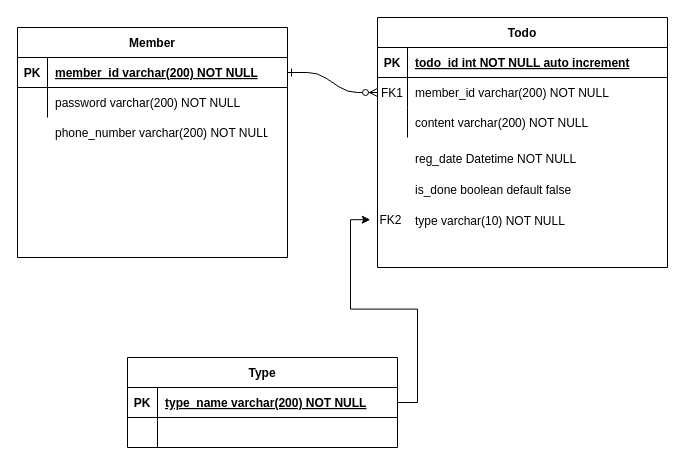
yoon1fe/Spring-Boot-TodoList keeps this draw.io diagram as table_schema.drawio. Above is the earlier version. Source tidied: cells renumbered, new cells numbered last; positions are measured from the earlier drawing's top-left corner, leaving out a move shared by most shapes. Both pictures are drawn from the tidied source at 100%, with x=0, y=0 at pixel (17, 17).
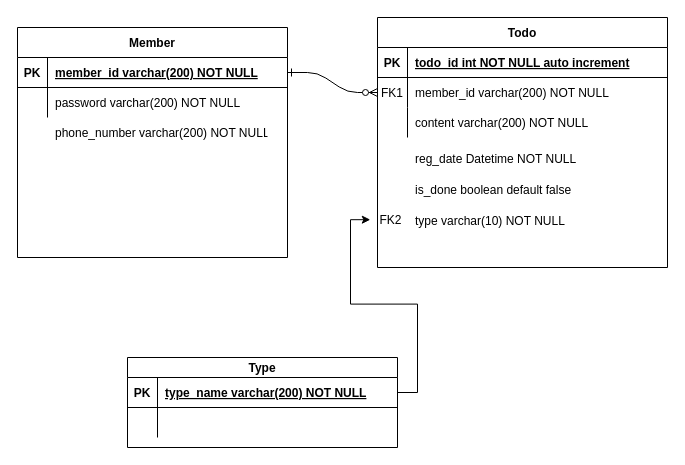
Above is the later version.

Change to the diagram source:
```diff
@@
-    <mxCell id="3" value="Type" style="shape=table;startSize=30;childLayout=tableLayout;rowLines=0;fontStyle=1;align=center;" parent="1" vertex="1">
+    <mxCell id="3" value="Type" style="shape=table;startSize=20;childLayout=tableLayout;rowLines=0;fontStyle=1;align=center;" parent="1" vertex="1">
       <mxGeometry x="110" y="340" width="270" height="90" as="geometry" />
     </mxCell>
     <mxCell id="4" style="shape=partialRectangle;fillColor=none;points=[[0,0.5],[1,0.5]];portConstraint=eastwest;top=0;left=0;right=0;bottom=1;" parent="3" vertex="1">
-      <mxGeometry y="30" width="270" height="30" as="geometry" />
+      <mxGeometry y="20" width="270" height="30" as="geometry" />
     </mxCell>
@@
     <mxCell id="7" style="shape=partialRectangle;fillColor=none;top=0;left=0;right=0;bottom=0;" parent="3" vertex="1">
-      <mxGeometry y="60" width="270" height="30" as="geometry" />
+      <mxGeometry y="50" width="270" height="30" as="geometry" />
     </mxCell>
```
